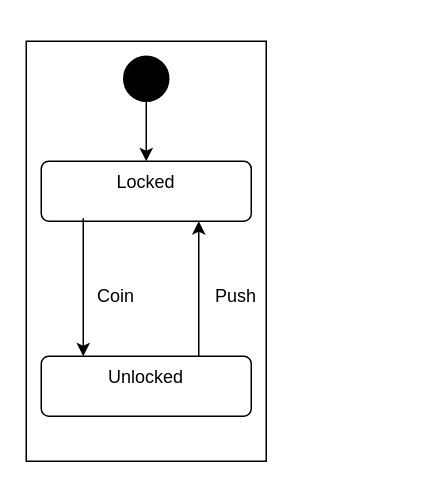
vsirotin/StOP keeps this draw.io diagram as docs/diagrams/turnstile.drawio. Above is the earlier version. Source tidied: cells renumbered, new cells numbered last; positions are measured from the earlier drawing's top-left corner, leaving out a move shared by most shapes. Both pictures are drawn from the tidied source at 150%, with x=0, y=0 at pixel (26, 40).
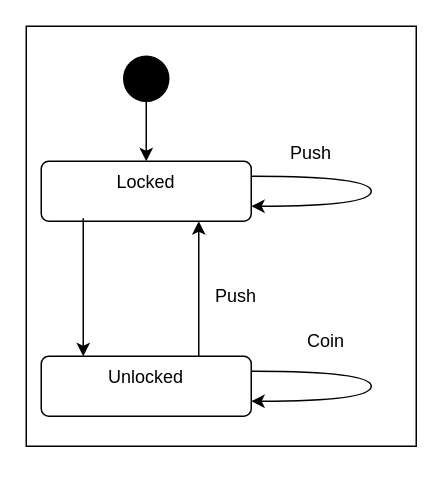
Above is the later version.

Commit message (it also covers changes not shown here):
Refine StOP tutorial documentation and update diagrams; remove commented code in TurnstileObjects.ts; add initial README.md files for GitHub and docs

The edit, as a diff of the source:
```diff
@@
 <mxGraphModel>
   <root>
     <mxCell id="0" />
     <mxCell id="1" parent="0" />
     <mxCell id="2" style="rounded=0;whiteSpace=wrap;html=1;" parent="1" vertex="1">
-      <mxGeometry width="160" height="280" as="geometry" />
+      <mxGeometry y="-10" width="260" height="280" as="geometry" />
     </mxCell>
     <mxCell id="3" value="Locked" style="html=1;align=center;verticalAlign=top;rounded=1;absoluteArcSize=1;arcSize=10;dashed=0;whiteSpace=wrap;" parent="1" vertex="1">
       <mxGeometry x="10" y="80" width="140" height="40" as="geometry" />
     </mxCell>
     <mxCell id="4" value="Unlocked" style="html=1;align=center;verticalAlign=top;rounded=1;absoluteArcSize=1;arcSize=10;dashed=0;whiteSpace=wrap;" parent="1" vertex="1">
       <mxGeometry x="10" y="210" width="140" height="40" as="geometry" />
     </mxCell>
     <mxCell id="5" style="edgeStyle=none;html=1;" parent="1" edge="1" source="6" target="3">
       <mxGeometry relative="1" as="geometry" />
     </mxCell>
     <mxCell id="6" style="ellipse;fillColor=strokeColor;html=1;" parent="1" vertex="1">
       <mxGeometry x="65" y="10" width="30" height="30" as="geometry" />
     </mxCell>
     <mxCell id="7" style="edgeStyle=none;jettySize=auto;html=1;exitX=0.2;exitY=0.95;exitDx=0;exitDy=0;exitPerimeter=0;" parent="1" edge="1" source="3">
       <mxGeometry relative="1" as="geometry">
         <mxPoint x="38" y="210" as="targetPoint" />
       </mxGeometry>
     </mxCell>
     <mxCell id="8" value="Coin" style="text;strokeColor=none;align=center;fillColor=none;html=1;verticalAlign=middle;whiteSpace=wrap;rounded=0;" parent="1" vertex="1">
-      <mxGeometry x="30" y="155" width="60" height="30" as="geometry" />
+      <mxGeometry x="170" y="185" width="60" height="30" as="geometry" />
     </mxCell>
     <mxCell id="9" style="edgeStyle=none;jettySize=auto;html=1;exitX=0.75;exitY=0;exitDx=0;exitDy=0;entryX=0.75;entryY=1;entryDx=0;entryDy=0;" parent="1" edge="1" source="4" target="3">
       <mxGeometry relative="1" as="geometry" />
     </mxCell>
     <mxCell id="10" value="Push" style="text;strokeColor=none;align=center;fillColor=none;html=1;verticalAlign=middle;whiteSpace=wrap;rounded=0;" parent="1" vertex="1">
       <mxGeometry x="110" y="155" width="60" height="30" as="geometry" />
     </mxCell>
+    <mxCell id="11" style="edgeStyle=orthogonalEdgeStyle;orthogonalLoop=1;jettySize=auto;html=1;exitX=1;exitY=0.25;exitDx=0;exitDy=0;entryX=1;entryY=0.75;entryDx=0;entryDy=0;curved=1;" parent="1" edge="1" source="3" target="3">
+      <mxGeometry relative="1" as="geometry">
+        <Array as="points">
+          <mxPoint x="230" y="90" />
+          <mxPoint x="230" y="110" />
+        </Array>
+      </mxGeometry>
+    </mxCell>
+    <mxCell id="12" style="edgeStyle=orthogonalEdgeStyle;orthogonalLoop=1;jettySize=auto;html=1;exitX=1;exitY=0.25;exitDx=0;exitDy=0;entryX=1;entryY=0.75;entryDx=0;entryDy=0;curved=1;" parent="1" edge="1">
+      <mxGeometry relative="1" as="geometry">
+        <mxPoint x="150" y="220" as="sourcePoint" />
+        <mxPoint x="150" y="240" as="targetPoint" />
+        <Array as="points">
+          <mxPoint x="230" y="220" />
+          <mxPoint x="230" y="240" />
+        </Array>
+      </mxGeometry>
+    </mxCell>
+    <mxCell id="13" value="Push" style="text;strokeColor=none;align=center;fillColor=none;html=1;verticalAlign=middle;whiteSpace=wrap;rounded=0;" parent="1" vertex="1">
+      <mxGeometry x="160" y="60" width="60" height="30" as="geometry" />
+    </mxCell>
   </root>
 </mxGraphModel>
```
